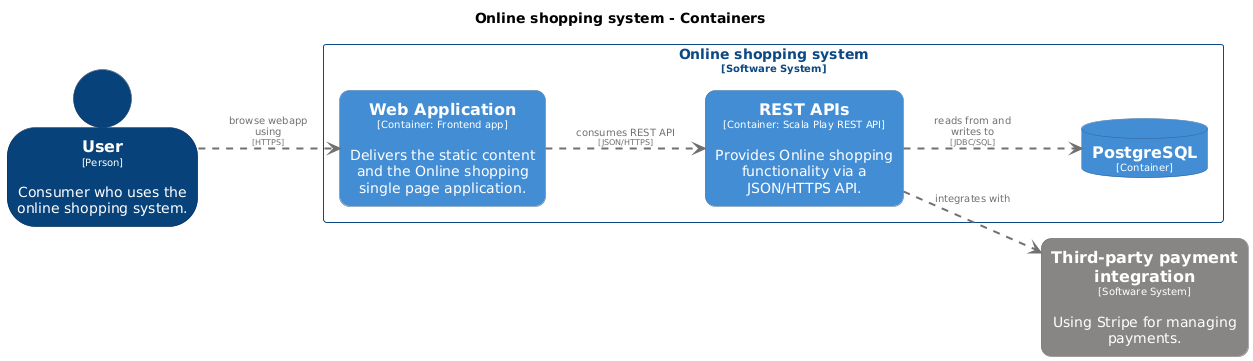
This is proposing-architecture-design/diagrams/structurizr-container-diagram.png from anasanjaria/blogs, a PlantUML export, as it was before one commit. Its diagram source:
```plantuml
@startuml
set separator none
title Online shopping system - Containers

left to right direction
skinparam ranksep 60
skinparam nodesep 30

skinparam {
  arrowFontSize 10
  defaultTextAlignment center
  wrapWidth 200
  maxMessageSize 100
}

hide stereotype

skinparam database<<Onlineshoppingsystem.PostgreSQL>> {
  BackgroundColor #438dd5
  FontColor #ffffff
  BorderColor #2e6295
  shadowing false
}
skinparam rectangle<<Onlineshoppingsystem.RESTAPIs>> {
  BackgroundColor #438dd5
  FontColor #ffffff
  BorderColor #2e6295
  roundCorner 20
  shadowing false
}
skinparam rectangle<<Thirdpartypaymentintegration>> {
  BackgroundColor #878684
  FontColor #ffffff
  BorderColor #5e5d5c
  roundCorner 20
  shadowing false
}
skinparam person<<User>> {
  BackgroundColor #08427b
  FontColor #ffffff
  BorderColor #052e56
  shadowing false
}
skinparam rectangle<<Onlineshoppingsystem.WebApplication>> {
  BackgroundColor #438dd5
  FontColor #ffffff
  BorderColor #2e6295
  roundCorner 20
  shadowing false
}
skinparam rectangle<<Onlineshoppingsystem>> {
  BorderColor #0b4884
  FontColor #0b4884
  shadowing false
}

person "==User\n<size:10>[Person]</size>\n\nConsumer who uses the online shopping system." <<User>> as User
rectangle "==Third-party payment integration\n<size:10>[Software System]</size>\n\nUsing Stripe for managing payments." <<Thirdpartypaymentintegration>> as Thirdpartypaymentintegration

rectangle "Online shopping system\n<size:10>[Software System]</size>" <<Onlineshoppingsystem>> {
  rectangle "==Web Application\n<size:10>[Container: Frontend app]</size>\n\nDelivers the static content and the Online shopping single page application." <<Onlineshoppingsystem.WebApplication>> as Onlineshoppingsystem.WebApplication
  rectangle "==REST APIs\n<size:10>[Container: Scala Play REST API]</size>\n\nProvides Online shopping functionality via a JSON/HTTPS API." <<Onlineshoppingsystem.RESTAPIs>> as Onlineshoppingsystem.RESTAPIs
  database "==PostgreSQL\n<size:10>[Container]</size>" <<Onlineshoppingsystem.PostgreSQL>> as Onlineshoppingsystem.PostgreSQL
}

Onlineshoppingsystem.WebApplication .[#707070,thickness=2].> Onlineshoppingsystem.RESTAPIs : "<color:#707070>consumes REST API\n<color:#707070><size:8>[JSON/HTTPS]</size>"
Onlineshoppingsystem.RESTAPIs .[#707070,thickness=2].> Onlineshoppingsystem.PostgreSQL : "<color:#707070>reads from and writes to\n<color:#707070><size:8>[JDBC/SQL]</size>"
Onlineshoppingsystem.RESTAPIs .[#707070,thickness=2].> Thirdpartypaymentintegration : "<color:#707070>integrates with"
User .[#707070,thickness=2].> Onlineshoppingsystem.WebApplication : "<color:#707070>browse webapp using\n<color:#707070><size:8>[HTTPS]</size>"
@enduml
```
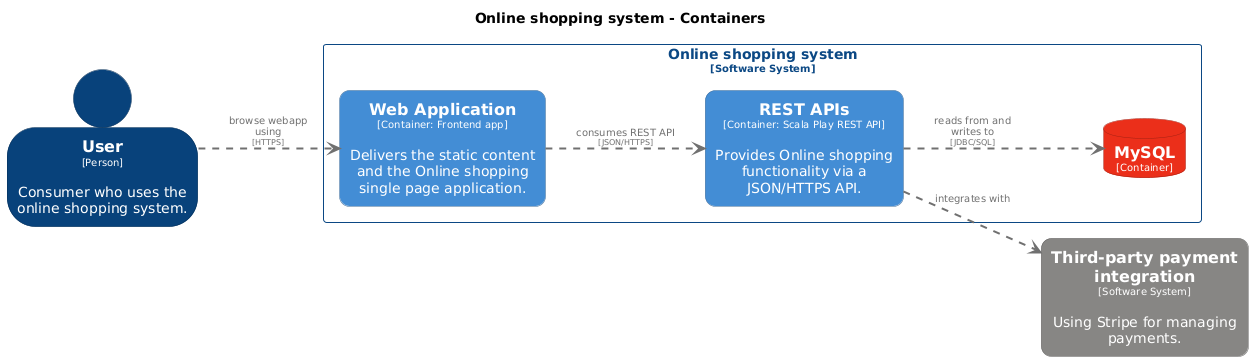
The same file after the commit.

Commit message:
Demonstrate on how to propose architecture change

Soley for blogging purpose

The edit, as a diff of the source:
```diff
@@ -15,10 +15,10 @@
 
 hide stereotype
 
-skinparam database<<Onlineshoppingsystem.PostgreSQL>> {
-  BackgroundColor #438dd5
+skinparam database<<Onlineshoppingsystem.MySQL>> {
+  BackgroundColor #eb2f1a
   FontColor #ffffff
-  BorderColor #2e6295
+  BorderColor #a42012
   shadowing false
 }
 skinparam rectangle<<Onlineshoppingsystem.RESTAPIs>> {
@@ -60,11 +60,11 @@
 rectangle "Online shopping system\n<size:10>[Software System]</size>" <<Onlineshoppingsystem>> {
   rectangle "==Web Application\n<size:10>[Container: Frontend app]</size>\n\nDelivers the static content and the Online shopping single page application." <<Onlineshoppingsystem.WebApplication>> as Onlineshoppingsystem.WebApplication
   rectangle "==REST APIs\n<size:10>[Container: Scala Play REST API]</size>\n\nProvides Online shopping functionality via a JSON/HTTPS API." <<Onlineshoppingsystem.RESTAPIs>> as Onlineshoppingsystem.RESTAPIs
-  database "==PostgreSQL\n<size:10>[Container]</size>" <<Onlineshoppingsystem.PostgreSQL>> as Onlineshoppingsystem.PostgreSQL
+  database "==MySQL\n<size:10>[Container]</size>" <<Onlineshoppingsystem.MySQL>> as Onlineshoppingsystem.MySQL
 }
 
 Onlineshoppingsystem.WebApplication .[#707070,thickness=2].> Onlineshoppingsystem.RESTAPIs : "<color:#707070>consumes REST API\n<color:#707070><size:8>[JSON/HTTPS]</size>"
-Onlineshoppingsystem.RESTAPIs .[#707070,thickness=2].> Onlineshoppingsystem.PostgreSQL : "<color:#707070>reads from and writes to\n<color:#707070><size:8>[JDBC/SQL]</size>"
+Onlineshoppingsystem.RESTAPIs .[#707070,thickness=2].> Onlineshoppingsystem.MySQL : "<color:#707070>reads from and writes to\n<color:#707070><size:8>[JDBC/SQL]</size>"
 Onlineshoppingsystem.RESTAPIs .[#707070,thickness=2].> Thirdpartypaymentintegration : "<color:#707070>integrates with"
 User .[#707070,thickness=2].> Onlineshoppingsystem.WebApplication : "<color:#707070>browse webapp using\n<color:#707070><size:8>[HTTPS]</size>"
 @enduml
```
